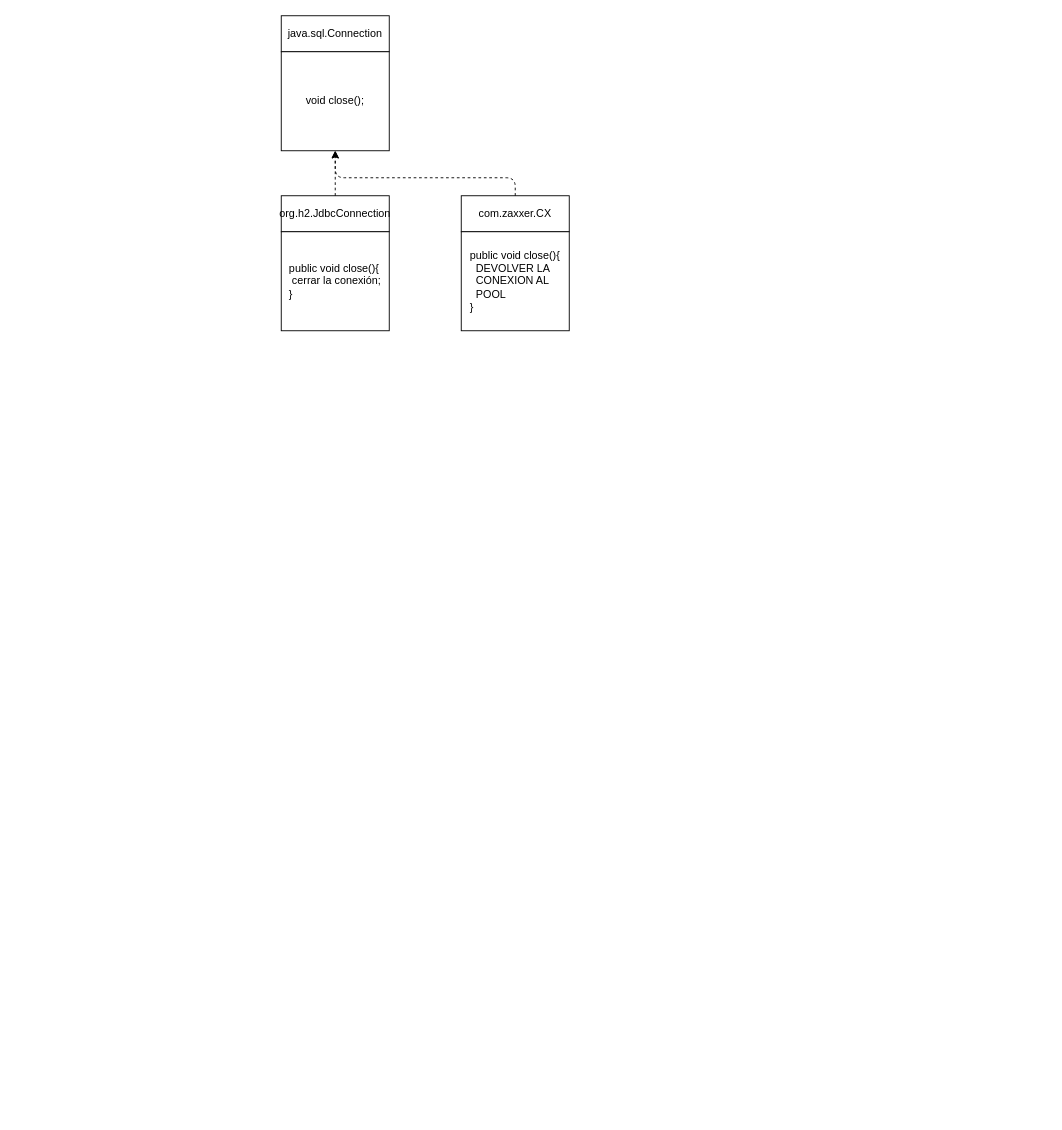
This is page "Página-4" (4 of 11) of diagramas.drawio from lrag/java2025, a draw.io file, before an edit. Source tidied: cells renumbered, new cells numbered last; positions are measured from the earlier drawing's top-left corner, leaving out a move shared by most shapes. Both pictures are drawn from the tidied source at 90%, with x=0, y=0 at pixel (281, 15).
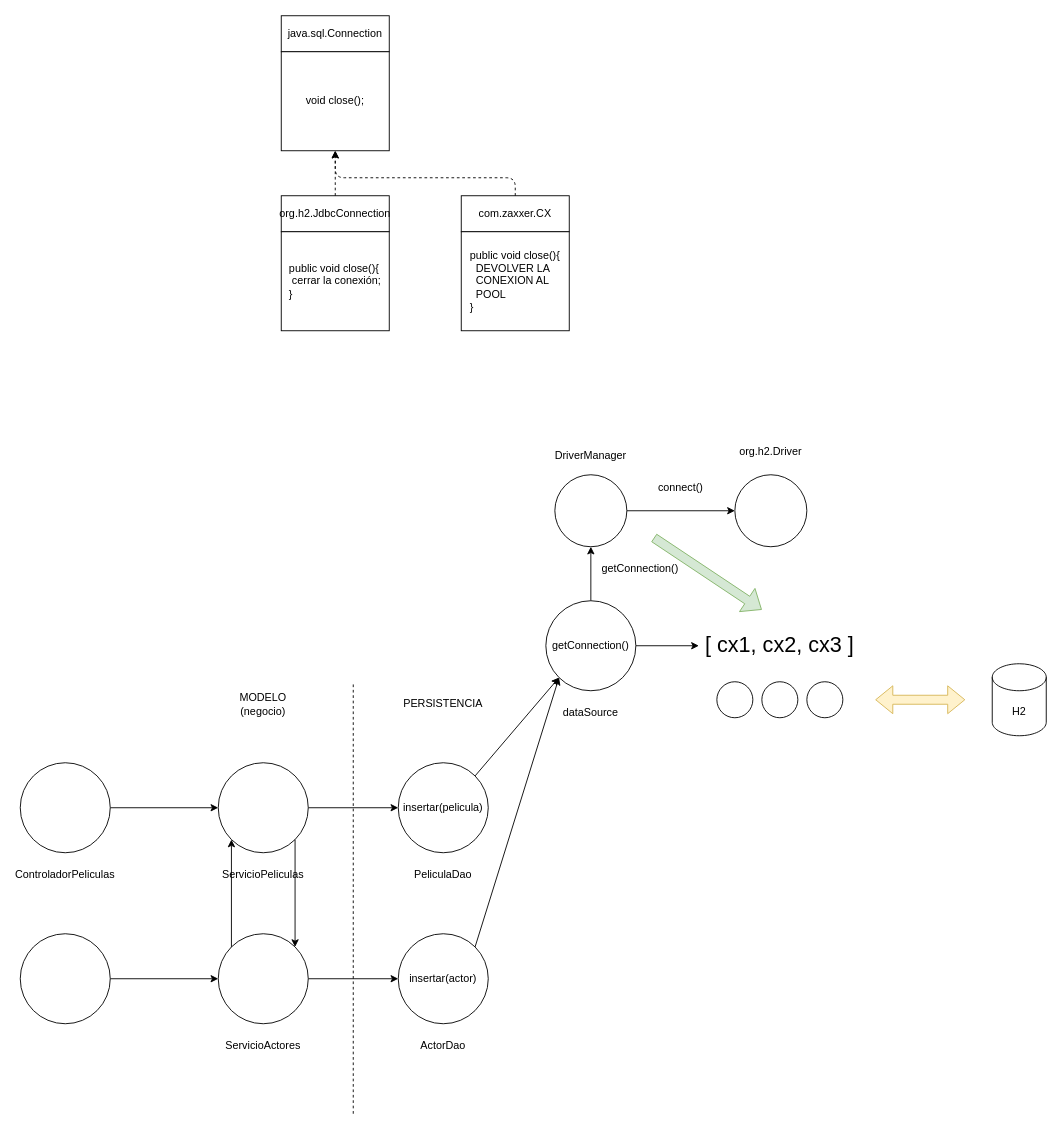
The same diagram, later.

Change to the diagram source:
```diff
@@
+    <mxCell id="10" style="edgeStyle=orthogonalEdgeStyle;rounded=1;jettySize=auto;html=1;fontSize=24;" parent="1" edge="1" source="12" target="14">
+      <mxGeometry relative="1" as="geometry" />
+    </mxCell>
+    <mxCell id="11" style="edgeStyle=orthogonalEdgeStyle;rounded=1;jettySize=auto;html=1;entryX=0.5;entryY=1;entryDx=0;entryDy=0;fontSize=12;" parent="1" edge="1" source="12" target="16">
+      <mxGeometry relative="1" as="geometry" />
+    </mxCell>
+    <mxCell id="12" value="getConnection()" style="ellipse;whiteSpace=wrap;html=1;fontSize=12;" parent="1" vertex="1">
+      <mxGeometry x="294" y="650" width="100" height="100" as="geometry" />
+    </mxCell>
+    <mxCell id="13" value="dataSource" style="text;html=1;strokeColor=none;fillColor=none;align=center;verticalAlign=middle;whiteSpace=wrap;rounded=0;fontSize=12;" parent="1" vertex="1">
+      <mxGeometry x="314" y="760" width="60" height="30" as="geometry" />
+    </mxCell>
+    <mxCell id="14" value="&lt;font style=&quot;font-size: 24px;&quot;&gt;[ cx1, cx2, cx3 ]&lt;/font&gt;" style="text;html=1;strokeColor=none;fillColor=none;align=center;verticalAlign=middle;whiteSpace=wrap;rounded=0;fontSize=12;" parent="1" vertex="1">
+      <mxGeometry x="464" y="685" width="180" height="30" as="geometry" />
+    </mxCell>
+    <mxCell id="15" style="edgeStyle=orthogonalEdgeStyle;rounded=1;jettySize=auto;html=1;fontSize=12;" parent="1" edge="1" source="16" target="20">
+      <mxGeometry relative="1" as="geometry" />
+    </mxCell>
+    <mxCell id="16" style="ellipse;whiteSpace=wrap;html=1;fontSize=24;" parent="1" vertex="1">
+      <mxGeometry x="304" y="510" width="80" height="80" as="geometry" />
+    </mxCell>
+    <mxCell id="17" value="&lt;font style=&quot;font-size: 12px;&quot;&gt;DriverManager&lt;/font&gt;" style="text;html=1;strokeColor=none;fillColor=none;align=center;verticalAlign=middle;whiteSpace=wrap;rounded=0;fontSize=24;" parent="1" vertex="1">
+      <mxGeometry x="314" y="470" width="60" height="30" as="geometry" />
+    </mxCell>
+    <mxCell id="18" value="getConnection()" style="text;html=1;strokeColor=none;fillColor=none;align=center;verticalAlign=middle;whiteSpace=wrap;rounded=0;fontSize=12;" parent="1" vertex="1">
+      <mxGeometry x="354" y="600" width="90" height="30" as="geometry" />
+    </mxCell>
+    <mxCell id="19" style="shape=flexArrow;endArrow=classic;html=1;rounded=1;fontSize=12;fillColor=#d5e8d4;strokeColor=#82b366;" parent="1" edge="1">
+      <mxGeometry relative="1" as="geometry">
+        <mxPoint x="414" y="580" as="sourcePoint" />
+        <mxPoint x="534" y="660" as="targetPoint" />
+      </mxGeometry>
+    </mxCell>
+    <mxCell id="20" style="ellipse;whiteSpace=wrap;html=1;fontSize=12;" parent="1" vertex="1">
+      <mxGeometry x="504" y="510" width="80" height="80" as="geometry" />
+    </mxCell>
+    <mxCell id="21" value="org.h2.Driver" style="text;html=1;strokeColor=none;fillColor=none;align=center;verticalAlign=middle;whiteSpace=wrap;rounded=0;fontSize=12;" parent="1" vertex="1">
+      <mxGeometry x="514" y="470" width="60" height="30" as="geometry" />
+    </mxCell>
+    <mxCell id="22" value="connect()" style="text;html=1;strokeColor=none;fillColor=none;align=center;verticalAlign=middle;whiteSpace=wrap;rounded=0;fontSize=12;" parent="1" vertex="1">
+      <mxGeometry x="414" y="510" width="60" height="30" as="geometry" />
+    </mxCell>
+    <mxCell id="23" style="ellipse;whiteSpace=wrap;html=1;fontSize=12;" parent="1" vertex="1">
+      <mxGeometry x="484" y="740" width="40" height="40" as="geometry" />
+    </mxCell>
+    <mxCell id="24" style="ellipse;whiteSpace=wrap;html=1;fontSize=12;" parent="1" vertex="1">
+      <mxGeometry x="534" y="740" width="40" height="40" as="geometry" />
+    </mxCell>
+    <mxCell id="25" style="ellipse;whiteSpace=wrap;html=1;fontSize=12;" parent="1" vertex="1">
+      <mxGeometry x="584" y="740" width="40" height="40" as="geometry" />
+    </mxCell>
+    <mxCell id="26" value="insertar(pelicula)" style="ellipse;whiteSpace=wrap;html=1;fontSize=12;" parent="1" vertex="1">
+      <mxGeometry x="130" y="830" width="100" height="100" as="geometry" />
+    </mxCell>
+    <mxCell id="27" value="PeliculaDao" style="text;html=1;strokeColor=none;fillColor=none;align=center;verticalAlign=middle;whiteSpace=wrap;rounded=0;fontSize=12;" parent="1" vertex="1">
+      <mxGeometry x="150" y="940" width="60" height="30" as="geometry" />
+    </mxCell>
+    <mxCell id="28" style="endArrow=classic;html=1;rounded=1;fontSize=12;exitX=1;exitY=0;exitDx=0;exitDy=0;entryX=0;entryY=1;entryDx=0;entryDy=0;" parent="1" edge="1" source="26" target="12">
+      <mxGeometry relative="1" as="geometry" />
+    </mxCell>
+    <mxCell id="29" value="H2" style="shape=cylinder3;whiteSpace=wrap;html=1;boundedLbl=1;backgroundOutline=1;size=15;fontSize=12;" parent="1" vertex="1">
+      <mxGeometry x="790" y="720" width="60" height="80" as="geometry" />
+    </mxCell>
+    <mxCell id="30" style="shape=flexArrow;endArrow=classic;startArrow=classic;html=1;rounded=1;fontSize=12;fillColor=#fff2cc;strokeColor=#d6b656;" parent="1" edge="1">
+      <mxGeometry relative="1" as="geometry">
+        <mxPoint x="660" y="760" as="sourcePoint" />
+        <mxPoint x="760" y="760" as="targetPoint" />
+      </mxGeometry>
+    </mxCell>
+    <mxCell id="31" style="edgeStyle=orthogonalEdgeStyle;rounded=1;jettySize=auto;html=1;entryX=0;entryY=0.5;entryDx=0;entryDy=0;fontSize=12;" parent="1" edge="1" source="32" target="26">
+      <mxGeometry relative="1" as="geometry" />
+    </mxCell>
+    <mxCell id="32" style="ellipse;whiteSpace=wrap;html=1;fontSize=12;" parent="1" vertex="1">
+      <mxGeometry x="-70" y="830" width="100" height="100" as="geometry" />
+    </mxCell>
+    <mxCell id="33" value="ServicioPeliculas" style="text;html=1;strokeColor=none;fillColor=none;align=center;verticalAlign=middle;whiteSpace=wrap;rounded=0;fontSize=12;" parent="1" vertex="1">
+      <mxGeometry x="-50" y="940" width="60" height="30" as="geometry" />
+    </mxCell>
+    <mxCell id="34" value="insertar(actor)" style="ellipse;whiteSpace=wrap;html=1;fontSize=12;" parent="1" vertex="1">
+      <mxGeometry x="130" y="1020" width="100" height="100" as="geometry" />
+    </mxCell>
+    <mxCell id="35" value="ActorDao" style="text;html=1;strokeColor=none;fillColor=none;align=center;verticalAlign=middle;whiteSpace=wrap;rounded=0;fontSize=12;" parent="1" vertex="1">
+      <mxGeometry x="150" y="1130" width="60" height="30" as="geometry" />
+    </mxCell>
+    <mxCell id="36" style="edgeStyle=orthogonalEdgeStyle;rounded=1;jettySize=auto;html=1;entryX=0;entryY=0.5;entryDx=0;entryDy=0;fontSize=12;" parent="1" edge="1" source="37" target="34">
+      <mxGeometry relative="1" as="geometry" />
+    </mxCell>
+    <mxCell id="37" style="ellipse;whiteSpace=wrap;html=1;fontSize=12;" parent="1" vertex="1">
+      <mxGeometry x="-70" y="1020" width="100" height="100" as="geometry" />
+    </mxCell>
+    <mxCell id="38" value="ServicioActores" style="text;html=1;strokeColor=none;fillColor=none;align=center;verticalAlign=middle;whiteSpace=wrap;rounded=0;fontSize=12;" parent="1" vertex="1">
+      <mxGeometry x="-50" y="1130" width="60" height="30" as="geometry" />
+    </mxCell>
+    <mxCell id="39" style="endArrow=classic;html=1;rounded=1;fontSize=12;entryX=0;entryY=1;entryDx=0;entryDy=0;exitX=1;exitY=0;exitDx=0;exitDy=0;" parent="1" edge="1" source="34" target="12">
+      <mxGeometry relative="1" as="geometry" />
+    </mxCell>
+    <mxCell id="40" style="endArrow=classic;html=1;rounded=1;fontSize=12;entryX=0;entryY=1;entryDx=0;entryDy=0;exitX=0;exitY=0;exitDx=0;exitDy=0;" parent="1" edge="1" source="37" target="32">
+      <mxGeometry relative="1" as="geometry" />
+    </mxCell>
+    <mxCell id="41" style="endArrow=classic;html=1;rounded=1;fontSize=12;entryX=1;entryY=0;entryDx=0;entryDy=0;exitX=1;exitY=1;exitDx=0;exitDy=0;" parent="1" edge="1" source="32" target="37">
+      <mxGeometry relative="1" as="geometry" />
+    </mxCell>
+    <mxCell id="42" style="endArrow=none;dashed=1;html=1;rounded=1;fontSize=12;" parent="1" edge="1">
+      <mxGeometry relative="1" as="geometry">
+        <mxPoint x="80" y="1220" as="sourcePoint" />
+        <mxPoint x="80" y="740" as="targetPoint" />
+      </mxGeometry>
+    </mxCell>
+    <mxCell id="43" value="MODELO&lt;br&gt;(negocio)" style="text;html=1;strokeColor=none;fillColor=none;align=center;verticalAlign=middle;whiteSpace=wrap;rounded=0;fontSize=12;" parent="1" vertex="1">
+      <mxGeometry x="-50" y="750" width="60" height="30" as="geometry" />
+    </mxCell>
+    <mxCell id="44" value="PERSISTENCIA" style="text;html=1;strokeColor=none;fillColor=none;align=center;verticalAlign=middle;whiteSpace=wrap;rounded=0;fontSize=12;" parent="1" vertex="1">
+      <mxGeometry x="150" y="750" width="60" height="30" as="geometry" />
+    </mxCell>
+    <mxCell id="45" style="edgeStyle=orthogonalEdgeStyle;rounded=0;jettySize=auto;html=1;fontSize=24;" parent="1" edge="1" source="46" target="32">
+      <mxGeometry relative="1" as="geometry" />
+    </mxCell>
+    <mxCell id="46" style="ellipse;whiteSpace=wrap;html=1;fontSize=12;" parent="1" vertex="1">
+      <mxGeometry x="-290" y="830" width="100" height="100" as="geometry" />
+    </mxCell>
+    <mxCell id="47" value="ControladorPeliculas" style="text;html=1;strokeColor=none;fillColor=none;align=center;verticalAlign=middle;whiteSpace=wrap;rounded=0;fontSize=12;" parent="1" vertex="1">
+      <mxGeometry x="-270" y="940" width="60" height="30" as="geometry" />
+    </mxCell>
+    <mxCell id="48" style="edgeStyle=orthogonalEdgeStyle;rounded=0;jettySize=auto;html=1;fontSize=24;" parent="1" edge="1" source="49" target="37">
+      <mxGeometry relative="1" as="geometry" />
+    </mxCell>
+    <mxCell id="49" style="ellipse;whiteSpace=wrap;html=1;fontSize=12;" parent="1" vertex="1">
+      <mxGeometry x="-290" y="1020" width="100" height="100" as="geometry" />
+    </mxCell>
```
